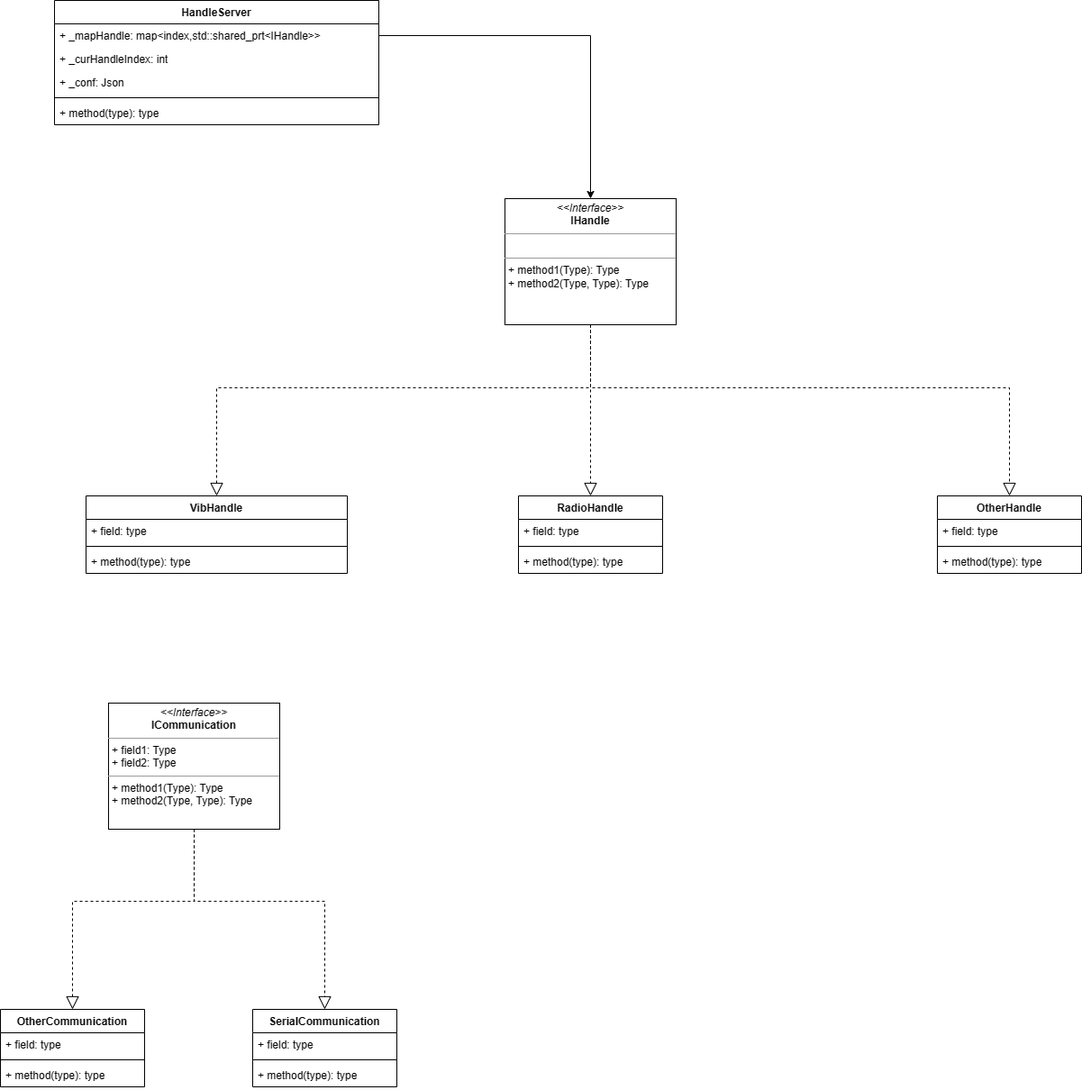
Before: 理疗/理疗.drawio.png, a diagram exported from draw.io (Durpe/Drawio). Source tidied: cells renumbered, new cells last; positions are measured from the earlier drawing's top-left corner, leaving out a move shared by most shapes.
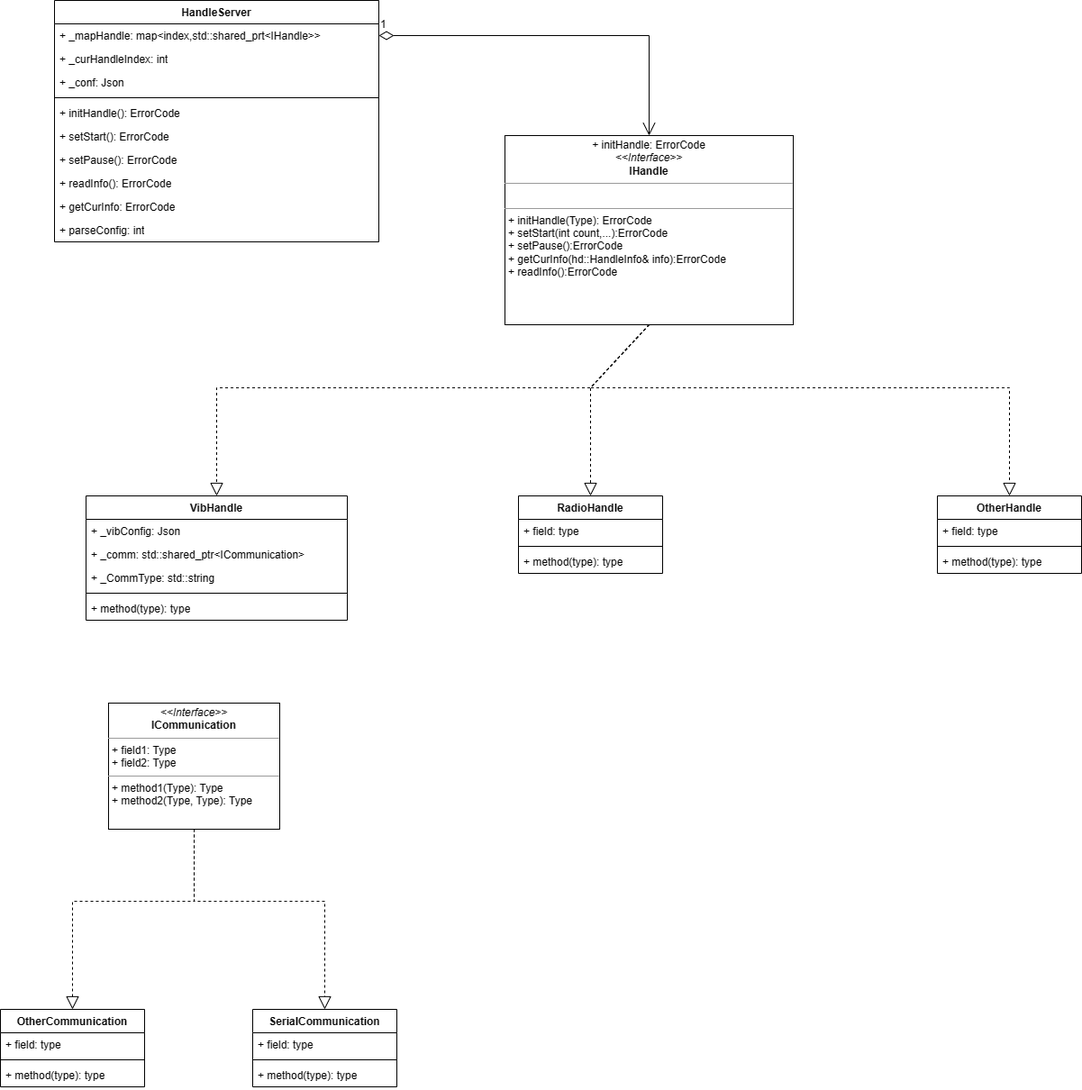
Above is the later version.

What changed in the source:
```diff
@@ -2,20 +2,26 @@
   <root>
     <mxCell id="0" />
     <mxCell id="1" parent="0" />
-    <mxCell id="2" value="&lt;p style=&quot;margin:0px;margin-top:4px;text-align:center;&quot;&gt;&lt;i&gt;&amp;lt;&amp;lt;Interface&amp;gt;&amp;gt;&lt;/i&gt;&lt;br&gt;&lt;b&gt;IHandle&lt;/b&gt;&lt;/p&gt;&lt;hr size=&quot;1&quot;&gt;&lt;p style=&quot;margin:0px;margin-left:4px;&quot;&gt;&lt;br&gt;&lt;/p&gt;&lt;hr size=&quot;1&quot;&gt;&lt;p style=&quot;margin:0px;margin-left:4px;&quot;&gt;+ method1(Type): Type&lt;br&gt;+ method2(Type, Type): Type&lt;/p&gt;" style="verticalAlign=top;align=left;overflow=fill;fontSize=12;fontFamily=Helvetica;html=1;whiteSpace=wrap;" parent="1" vertex="1">
-      <mxGeometry x="560" y="220" width="190" height="140" as="geometry" />
+    <mxCell id="2" value="&lt;p style=&quot;margin:0px;margin-top:4px;text-align:center;&quot;&gt;+ initHandle: ErrorCode&lt;br&gt;&lt;i&gt;&amp;lt;&amp;lt;Interface&amp;gt;&amp;gt;&lt;/i&gt;&lt;br&gt;&lt;b&gt;IHandle&lt;/b&gt;&lt;/p&gt;&lt;hr size=&quot;1&quot;&gt;&lt;p style=&quot;margin:0px;margin-left:4px;&quot;&gt;&lt;br&gt;&lt;/p&gt;&lt;hr size=&quot;1&quot;&gt;&lt;p style=&quot;margin:0px;margin-left:4px;&quot;&gt;+ initHandle(Type): ErrorCode&lt;br&gt;+ setStart(int count,...):ErrorCode&lt;/p&gt;&lt;p style=&quot;margin:0px;margin-left:4px;&quot;&gt;+ setPause():ErrorCode&lt;/p&gt;&lt;p style=&quot;margin:0px;margin-left:4px;&quot;&gt;+&amp;nbsp;getCurInfo(hd::HandleInfo&amp;amp; info):ErrorCode&lt;/p&gt;&lt;p style=&quot;margin:0px;margin-left:4px;&quot;&gt;+&amp;nbsp;readInfo():ErrorCode&lt;/p&gt;" style="verticalAlign=top;align=left;overflow=fill;fontSize=12;fontFamily=Helvetica;html=1;whiteSpace=wrap;" parent="1" vertex="1">
+      <mxGeometry x="560" y="150" width="320" height="210" as="geometry" />
     </mxCell>
     <mxCell id="3" value="VibHandle" style="swimlane;fontStyle=1;align=center;verticalAlign=top;horizontal=1;startSize=26;whiteSpace=wrap;html=1;" parent="1" vertex="1">
-      <mxGeometry x="95" y="550" width="290" height="86" as="geometry" />
+      <mxGeometry x="95" y="550" width="290" height="138" as="geometry" />
     </mxCell>
-    <mxCell id="4" value="+ field: type" style="text;strokeColor=none;fillColor=none;align=left;verticalAlign=top;spacingLeft=4;spacingRight=4;overflow=hidden;whiteSpace=wrap;html=1;" parent="3" vertex="1">
+    <mxCell id="4" value="+ _vibConfig: Json&amp;nbsp;" style="text;strokeColor=none;fillColor=none;align=left;verticalAlign=top;spacingLeft=4;spacingRight=4;overflow=hidden;whiteSpace=wrap;html=1;" parent="3" vertex="1">
       <mxGeometry y="26" width="290" height="26" as="geometry" />
     </mxCell>
+    <mxCell id="36" value="+ _comm: std::shared_ptr&amp;lt;ICommunication&amp;gt;" style="text;strokeColor=none;fillColor=none;align=left;verticalAlign=top;spacingLeft=4;spacingRight=4;overflow=hidden;whiteSpace=wrap;html=1;" parent="3" vertex="1">
+      <mxGeometry y="52" width="290" height="26" as="geometry" />
+    </mxCell>
+    <mxCell id="37" value="+ _CommType: std::string" style="text;strokeColor=none;fillColor=none;align=left;verticalAlign=top;spacingLeft=4;spacingRight=4;overflow=hidden;whiteSpace=wrap;html=1;" parent="3" vertex="1">
+      <mxGeometry y="78" width="290" height="26" as="geometry" />
+    </mxCell>
     <mxCell id="5" style="line;strokeWidth=1;fillColor=none;align=left;verticalAlign=middle;spacingTop=-1;spacingLeft=3;spacingRight=3;labelPosition=right;strokeColor=inherit;" parent="3" vertex="1">
-      <mxGeometry y="52" width="290" height="8" as="geometry" />
+      <mxGeometry y="104" width="290" height="8" as="geometry" />
     </mxCell>
     <mxCell id="6" value="+ method(type): type" style="text;strokeColor=none;fillColor=none;align=left;verticalAlign=top;spacingLeft=4;spacingRight=4;overflow=hidden;whiteSpace=wrap;html=1;" parent="3" vertex="1">
-      <mxGeometry y="60" width="290" height="26" as="geometry" />
+      <mxGeometry y="112" width="290" height="26" as="geometry" />
     </mxCell>
     <mxCell id="7" style="endArrow=block;dashed=1;endFill=0;endSize=12;html=1;rounded=0;exitX=0.5;exitY=1;exitDx=0;exitDy=0;entryX=0.5;entryY=0;entryDx=0;entryDy=0;" parent="1" edge="1" source="2" target="3">
       <mxGeometry relative="1" as="geometry">
@@ -108,7 +114,7 @@
       </mxGeometry>
     </mxCell>
     <mxCell id="29" value="HandleServer" style="swimlane;fontStyle=1;align=center;verticalAlign=top;horizontal=1;startSize=26;whiteSpace=wrap;html=1;" parent="1" vertex="1">
-      <mxGeometry x="60" width="360" height="138" as="geometry" />
+      <mxGeometry x="60" width="360" height="268" as="geometry" />
     </mxCell>
     <mxCell id="30" value="+ _mapHandle: map&amp;lt;index,std::shared_prt&amp;lt;IHandle&amp;gt;&amp;gt;" style="text;strokeColor=none;fillColor=none;align=left;verticalAlign=top;spacingLeft=4;spacingRight=4;overflow=hidden;points=[[0,0.5],[1,0.5]];portConstraint=eastwest;whiteSpace=wrap;html=1;" parent="29" vertex="1">
       <mxGeometry y="26" width="360" height="26" as="geometry" />
@@ -122,11 +128,26 @@
     <mxCell id="33" style="line;strokeWidth=1;fillColor=none;align=left;verticalAlign=middle;spacingTop=-1;spacingLeft=3;spacingRight=3;labelPosition=right;strokeColor=inherit;" parent="29" vertex="1">
       <mxGeometry y="104" width="360" height="8" as="geometry" />
     </mxCell>
-    <mxCell id="34" value="+ method(type): type" style="text;strokeColor=none;fillColor=none;align=left;verticalAlign=top;spacingLeft=4;spacingRight=4;overflow=hidden;whiteSpace=wrap;html=1;" parent="29" vertex="1">
+    <mxCell id="34" value="+ initHandle(): ErrorCode" style="text;strokeColor=none;fillColor=none;align=left;verticalAlign=top;spacingLeft=4;spacingRight=4;overflow=hidden;whiteSpace=wrap;html=1;" parent="29" vertex="1">
       <mxGeometry y="112" width="360" height="26" as="geometry" />
     </mxCell>
+    <mxCell id="38" value="+ setStart(): ErrorCode" style="text;strokeColor=none;fillColor=none;align=left;verticalAlign=top;spacingLeft=4;spacingRight=4;overflow=hidden;whiteSpace=wrap;html=1;" parent="29" vertex="1">
+      <mxGeometry y="138" width="360" height="26" as="geometry" />
+    </mxCell>
+    <mxCell id="39" value="+ setPause(): ErrorCode&amp;nbsp;" style="text;strokeColor=none;fillColor=none;align=left;verticalAlign=top;spacingLeft=4;spacingRight=4;overflow=hidden;whiteSpace=wrap;html=1;" parent="29" vertex="1">
+      <mxGeometry y="164" width="360" height="26" as="geometry" />
+    </mxCell>
+    <mxCell id="40" value="+ readInfo(): ErrorCode" style="text;strokeColor=none;fillColor=none;align=left;verticalAlign=top;spacingLeft=4;spacingRight=4;overflow=hidden;whiteSpace=wrap;html=1;" parent="29" vertex="1">
+      <mxGeometry y="190" width="360" height="26" as="geometry" />
+    </mxCell>
+    <mxCell id="41" value="+ getCurInfo: ErrorCode" style="text;strokeColor=none;fillColor=none;align=left;verticalAlign=top;spacingLeft=4;spacingRight=4;overflow=hidden;whiteSpace=wrap;html=1;" parent="29" vertex="1">
+      <mxGeometry y="216" width="360" height="26" as="geometry" />
+    </mxCell>
+    <mxCell id="42" value="+ parseConfig: int" style="text;strokeColor=none;fillColor=none;align=left;verticalAlign=top;spacingLeft=4;spacingRight=4;overflow=hidden;whiteSpace=wrap;html=1;" parent="29" vertex="1">
+      <mxGeometry y="242" width="360" height="26" as="geometry" />
+    </mxCell>
-    <mxCell id="35" style="edgeStyle=orthogonalEdgeStyle;rounded=0;jettySize=auto;html=1;exitX=1;exitY=0.5;exitDx=0;exitDy=0;entryX=0.5;entryY=0;entryDx=0;entryDy=0;" parent="1" edge="1" source="30" target="2">
-      <mxGeometry relative="1" as="geometry" />
+    <mxCell id="35" value="1" style="endArrow=open;html=1;endSize=12;startArrow=diamondThin;startSize=14;startFill=0;edgeStyle=orthogonalEdgeStyle;align=left;verticalAlign=bottom;rounded=0;exitX=1;exitY=0.5;exitDx=0;exitDy=0;entryX=0.5;entryY=0;entryDx=0;entryDy=0;" parent="1" edge="1" source="30" target="2">
+      <mxGeometry x="-1" y="3" relative="1" as="geometry" />
     </mxCell>
   </root>
 </mxGraphModel>
```
